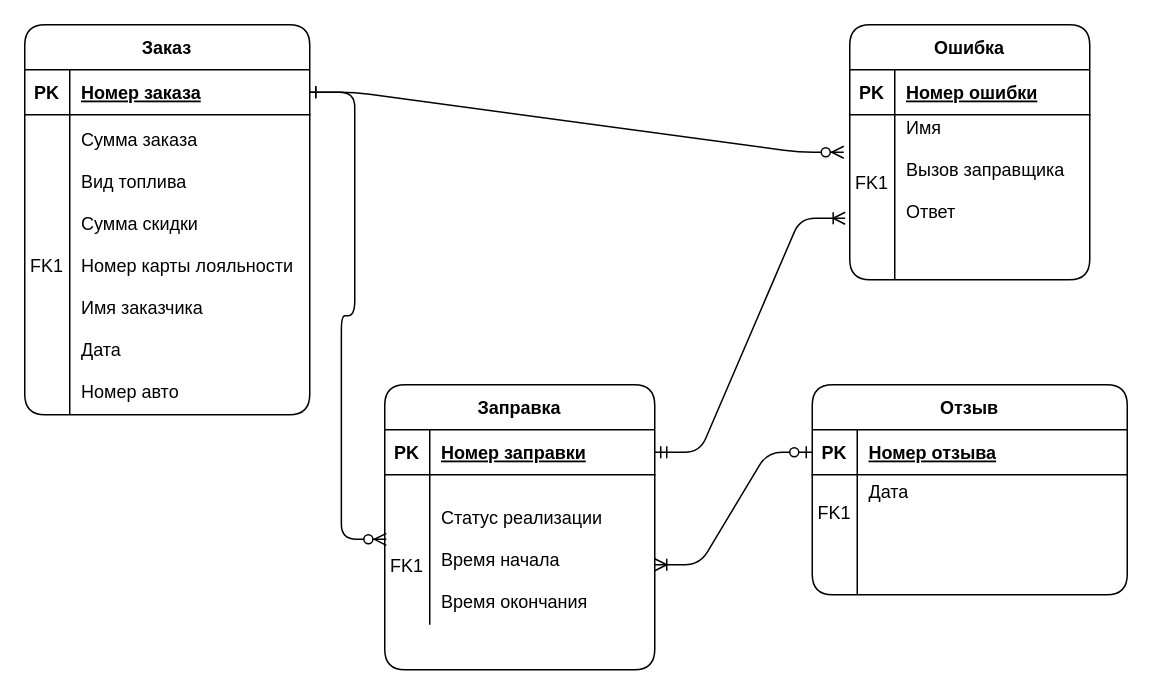
The draw.io diagram ЕР.drawio in aleksey899/gas-station, before the edit. Source tidied: cells renumbered, new cells numbered last; positions are measured from the earlier drawing's top-left corner, leaving out a move shared by most shapes. Both pictures are drawn from the tidied source at 150%, with x=0, y=0 at pixel (24, 24).
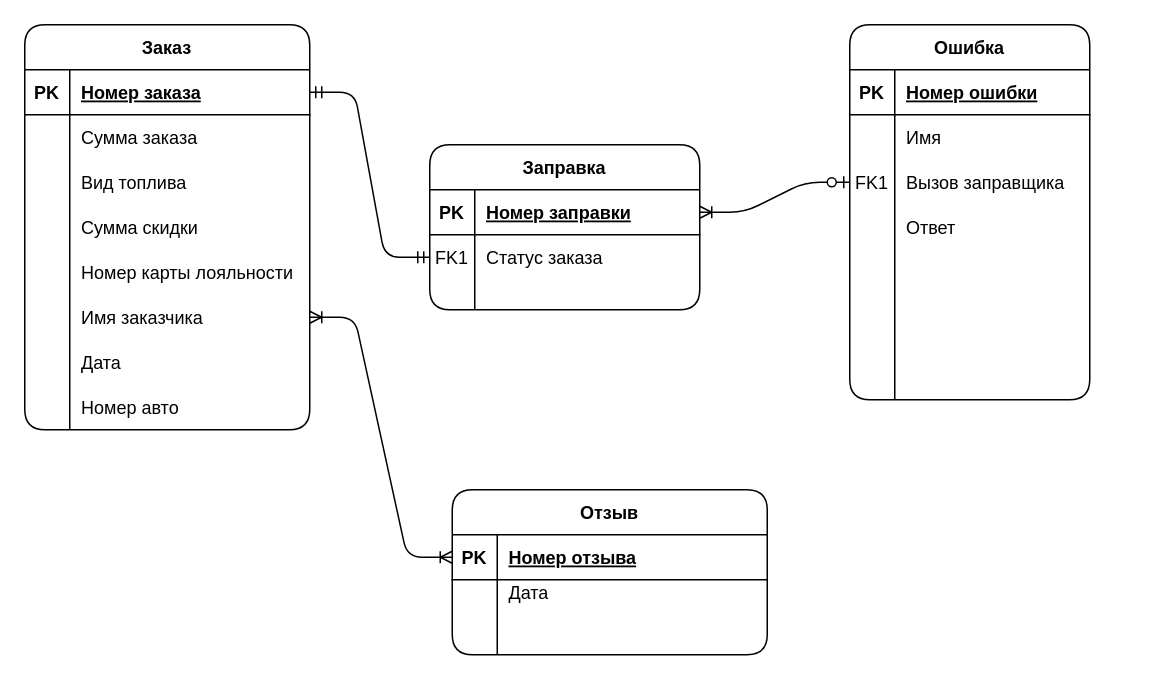
Above is the later version.

The change refers to these unchanged cells:
```xml
<mxCell id="4" style="shape=partialRectangle;fillColor=none;points=[[0,0.5],[1,0.5]];portConstraint=eastwest;top=0;left=0;right=0;bottom=1;" parent="3" vertex="1">
  <mxGeometry y="30" width="180" height="30" as="geometry" />
</mxCell>
<mxCell id="24" style="shape=partialRectangle;fillColor=none;points=[[0,0.5],[1,0.5]];portConstraint=eastwest;top=0;left=0;right=0;bottom=1;" parent="23" vertex="1">
  <mxGeometry y="30" width="190" height="30" as="geometry" />
</mxCell>
<mxCell id="31" style="shape=partialRectangle;fillColor=none;points=[[0,0.5],[1,0.5]];portConstraint=eastwest;top=0;left=0;right=0;bottom=1;" parent="30" vertex="1">
  <mxGeometry y="30" width="210" height="30" as="geometry" />
</mxCell>
```

The edit, as a diff of the source:
```diff
@@
-    <mxCell id="2" style="edgeStyle=entityRelationEdgeStyle;endArrow=ERzeroToMany;startArrow=ERone;endFill=1;startFill=0;entryX=0.006;entryY=0.288;entryDx=0;entryDy=0;entryPerimeter=0;" parent="1" edge="1" source="24" target="10">
+    <mxCell id="2" style="edgeStyle=entityRelationEdgeStyle;endArrow=ERmandOne;startArrow=ERmandOne;endFill=0;startFill=0;" parent="1" edge="1" source="24" target="10">
       <mxGeometry relative="1" as="geometry" />
     </mxCell>
     <mxCell id="3" value="Заправка" style="shape=table;startSize=30;childLayout=tableLayout;rowLines=0;fontStyle=1;align=center;rounded=1;" parent="1" vertex="1">
-      <mxGeometry x="240" y="240" width="180" height="190" as="geometry" />
+      <mxGeometry x="270" y="80" width="180" height="110" as="geometry" />
     </mxCell>
@@
+    <mxCell id="10" style="shape=partialRectangle;fillColor=none;points=[[0,0.5],[1,0.5]];portConstraint=eastwest;top=0;left=0;right=0;bottom=0;" parent="3" vertex="1">
+      <mxGeometry y="60" width="180" height="30" as="geometry" />
+    </mxCell>
+    <mxCell id="11" value="FK1" style="shape=partialRectangle;overflow=hidden;fillColor=none;top=0;left=0;bottom=0;right=0;" parent="10" vertex="1">
+      <mxGeometry width="30" height="30" as="geometry" />
+    </mxCell>
+    <mxCell id="12" value="Статус заказа" style="shape=partialRectangle;overflow=hidden;fillColor=none;top=0;left=0;bottom=0;right=0;align=left;spacingLeft=6;" parent="10" vertex="1">
+      <mxGeometry x="30" width="150" height="30" as="geometry" />
+    </mxCell>
     <mxCell id="7" style="shape=partialRectangle;fillColor=none;top=0;left=0;right=0;bottom=0;" parent="3" vertex="1">
-      <mxGeometry y="60" width="180" height="20" as="geometry" />
+      <mxGeometry y="90" width="180" height="20" as="geometry" />
     </mxCell>
@@
-    <mxCell id="10" style="shape=partialRectangle;fillColor=none;points=[[0,0.5],[1,0.5]];portConstraint=eastwest;top=0;left=0;right=0;bottom=0;" parent="3" vertex="1">
-      <mxGeometry y="80" width="180" height="80" as="geometry" />
-    </mxCell>
-    <mxCell id="11" value="FK1" style="shape=partialRectangle;overflow=hidden;fillColor=none;top=0;left=0;bottom=0;right=0;" parent="10" vertex="1">
-      <mxGeometry width="30" height="80" as="geometry" />
-    </mxCell>
-    <mxCell id="12" value="Статус реализации&#10;&#10;Время начала &#10;&#10;Время окончания&#10;&#10; " style="shape=partialRectangle;overflow=hidden;fillColor=none;top=0;left=0;bottom=0;right=0;align=left;spacingLeft=6;" parent="10" vertex="1">
-      <mxGeometry x="30" width="150" height="80" as="geometry" />
-    </mxCell>
     <mxCell id="13" value="Ошибка" style="shape=table;startSize=30;childLayout=tableLayout;rowLines=0;fontStyle=1;align=center;rounded=1;" parent="1" vertex="1">
-      <mxGeometry x="550" width="160" height="170" as="geometry" />
+      <mxGeometry x="550" width="160" height="250" as="geometry" />
     </mxCell>
@@
+    <mxCell id="43" style="shape=partialRectangle;fillColor=none;top=0;left=0;bottom=0;right=0;" parent="13" vertex="1">
+      <mxGeometry y="60" width="160" height="30" as="geometry" />
+    </mxCell>
+    <mxCell id="44" style="shape=partialRectangle;fillColor=none;top=0;left=0;bottom=0;right=0;overflow=hidden;" parent="43" vertex="1">
+      <mxGeometry width="30" height="30" as="geometry" />
+    </mxCell>
+    <mxCell id="45" value="Имя" style="shape=partialRectangle;fillColor=none;top=0;left=0;bottom=0;right=0;align=left;spacingLeft=6;overflow=hidden;" parent="43" vertex="1">
+      <mxGeometry x="30" width="130" height="30" as="geometry" />
+    </mxCell>
     <mxCell id="17" style="shape=partialRectangle;fillColor=none;points=[[0,0.5],[1,0.5]];portConstraint=eastwest;top=0;left=0;right=0;bottom=0;" parent="13" vertex="1">
-      <mxGeometry y="60" width="160" height="90" as="geometry" />
+      <mxGeometry y="90" width="160" height="30" as="geometry" />
     </mxCell>
     <mxCell id="18" value="FK1" style="shape=partialRectangle;overflow=hidden;fillColor=none;top=0;left=0;bottom=0;right=0;" parent="17" vertex="1">
-      <mxGeometry width="30" height="90" as="geometry" />
+      <mxGeometry width="30" height="30" as="geometry" />
     </mxCell>
-    <mxCell id="19" value="Имя &#10;&#10;Вызов заправщика&#10;&#10;Ответ&#10;&#10;" style="shape=partialRectangle;overflow=hidden;fillColor=none;top=0;left=0;bottom=0;right=0;align=left;spacingLeft=6;" parent="17" vertex="1">
-      <mxGeometry x="30" width="130" height="90" as="geometry" />
+    <mxCell id="19" value="Вызов заправщика" style="shape=partialRectangle;overflow=hidden;fillColor=none;top=0;left=0;bottom=0;right=0;align=left;spacingLeft=6;" parent="17" vertex="1">
+      <mxGeometry x="30" width="130" height="30" as="geometry" />
     </mxCell>
+    <mxCell id="46" style="shape=partialRectangle;fillColor=none;top=0;left=0;bottom=0;right=0;" parent="13" vertex="1">
+      <mxGeometry y="120" width="160" height="30" as="geometry" />
+    </mxCell>
+    <mxCell id="47" style="shape=partialRectangle;fillColor=none;top=0;left=0;bottom=0;right=0;overflow=hidden;" parent="46" vertex="1">
+      <mxGeometry width="30" height="30" as="geometry" />
+    </mxCell>
+    <mxCell id="48" value="Ответ" style="shape=partialRectangle;fillColor=none;top=0;left=0;bottom=0;right=0;align=left;spacingLeft=6;overflow=hidden;" parent="46" vertex="1">
+      <mxGeometry x="30" width="130" height="30" as="geometry" />
+    </mxCell>
     <mxCell id="20" style="shape=partialRectangle;fillColor=none;top=0;left=0;right=0;bottom=0;" parent="13" vertex="1">
-      <mxGeometry y="150" width="160" height="20" as="geometry" />
+      <mxGeometry y="150" width="160" height="100" as="geometry" />
     </mxCell>
     <mxCell id="21" style="shape=partialRectangle;overflow=hidden;fillColor=none;top=0;left=0;bottom=0;right=0;" parent="20" vertex="1">
-      <mxGeometry width="30" height="20" as="geometry" />
+      <mxGeometry width="30" height="100" as="geometry" />
     </mxCell>
     <mxCell id="22" style="shape=partialRectangle;overflow=hidden;fillColor=none;top=0;left=0;bottom=0;right=0;align=left;spacingLeft=6;" parent="20" vertex="1">
-      <mxGeometry x="30" width="130" height="20" as="geometry" />
+      <mxGeometry x="30" width="130" height="100" as="geometry" />
     </mxCell>
     <mxCell id="23" value="Заказ" style="shape=table;startSize=30;childLayout=tableLayout;rowLines=0;fontStyle=1;align=center;rounded=1;" parent="1" vertex="1">
-      <mxGeometry width="190" height="260" as="geometry" />
+      <mxGeometry width="190" height="270" as="geometry" />
     </mxCell>
@@
-    <mxCell id="27" style="shape=partialRectangle;fillColor=none;top=0;left=0;right=0;bottom=0;" parent="23" vertex="1">
-      <mxGeometry y="60" width="190" height="200" as="geometry" />
-    </mxCell>
-    <mxCell id="28" value="FK1" style="shape=partialRectangle;overflow=hidden;fillColor=none;top=0;left=0;bottom=0;right=0;" parent="27" vertex="1">
-      <mxGeometry width="30" height="200" as="geometry" />
-    </mxCell>
-    <mxCell id="29" value="Сумма заказа&#10;&#10;Вид топлива&#10;&#10;Сумма скидки&#10;&#10;Номер карты лояльности&#10;&#10;Имя заказчика&#10;&#10;Дата &#10;&#10;Номер авто" style="shape=partialRectangle;overflow=hidden;fillColor=none;top=0;left=0;bottom=0;right=0;align=left;spacingLeft=6;" parent="27" vertex="1">
-      <mxGeometry x="30" width="160" height="200" as="geometry" />
-    </mxCell>
+    <mxCell id="49" style="shape=partialRectangle;fillColor=none;top=0;left=0;bottom=0;right=0;" parent="23" vertex="1">
+      <mxGeometry y="60" width="190" height="30" as="geometry" />
+    </mxCell>
+    <mxCell id="50" style="shape=partialRectangle;fillColor=none;top=0;left=0;bottom=0;right=0;overflow=hidden;" parent="49" vertex="1">
+      <mxGeometry width="30" height="30" as="geometry" />
+    </mxCell>
+    <mxCell id="51" value="Сумма заказа" style="shape=partialRectangle;fillColor=none;top=0;left=0;bottom=0;right=0;align=left;spacingLeft=6;overflow=hidden;" parent="49" vertex="1">
+      <mxGeometry x="30" width="160" height="30" as="geometry" />
+    </mxCell>
+    <mxCell id="52" style="shape=partialRectangle;fillColor=none;top=0;left=0;bottom=0;right=0;" parent="23" vertex="1">
+      <mxGeometry y="90" width="190" height="30" as="geometry" />
+    </mxCell>
+    <mxCell id="53" style="shape=partialRectangle;fillColor=none;top=0;left=0;bottom=0;right=0;overflow=hidden;" parent="52" vertex="1">
+      <mxGeometry width="30" height="30" as="geometry" />
+    </mxCell>
+    <mxCell id="54" value="Вид топлива" style="shape=partialRectangle;fillColor=none;top=0;left=0;bottom=0;right=0;align=left;spacingLeft=6;overflow=hidden;" parent="52" vertex="1">
+      <mxGeometry x="30" width="160" height="30" as="geometry" />
+    </mxCell>
+    <mxCell id="55" style="shape=partialRectangle;fillColor=none;top=0;left=0;bottom=0;right=0;" parent="23" vertex="1">
+      <mxGeometry y="120" width="190" height="30" as="geometry" />
+    </mxCell>
+    <mxCell id="56" style="shape=partialRectangle;fillColor=none;top=0;left=0;bottom=0;right=0;overflow=hidden;" parent="55" vertex="1">
+      <mxGeometry width="30" height="30" as="geometry" />
+    </mxCell>
+    <mxCell id="57" value="Сумма скидки" style="shape=partialRectangle;fillColor=none;top=0;left=0;bottom=0;right=0;align=left;spacingLeft=6;overflow=hidden;" parent="55" vertex="1">
+      <mxGeometry x="30" width="160" height="30" as="geometry" />
+    </mxCell>
+    <mxCell id="58" style="shape=partialRectangle;fillColor=none;top=0;left=0;bottom=0;right=0;" parent="23" vertex="1">
+      <mxGeometry y="150" width="190" height="30" as="geometry" />
+    </mxCell>
+    <mxCell id="59" style="shape=partialRectangle;fillColor=none;top=0;left=0;bottom=0;right=0;overflow=hidden;" parent="58" vertex="1">
+      <mxGeometry width="30" height="30" as="geometry" />
+    </mxCell>
+    <mxCell id="60" value="Номер карты лояльности" style="shape=partialRectangle;fillColor=none;top=0;left=0;bottom=0;right=0;align=left;spacingLeft=6;overflow=hidden;" parent="58" vertex="1">
+      <mxGeometry x="30" width="160" height="30" as="geometry" />
+    </mxCell>
+    <mxCell id="61" style="shape=partialRectangle;fillColor=none;top=0;left=0;bottom=0;right=0;points=[[0,0.5],[1,0.5]];portConstraint=eastwest;" parent="23" vertex="1">
+      <mxGeometry y="180" width="190" height="30" as="geometry" />
+    </mxCell>
+    <mxCell id="62" style="shape=partialRectangle;fillColor=none;top=0;left=0;bottom=0;right=0;overflow=hidden;" parent="61" vertex="1">
+      <mxGeometry width="30" height="30" as="geometry" />
+    </mxCell>
+    <mxCell id="63" value="Имя заказчика" style="shape=partialRectangle;fillColor=none;top=0;left=0;bottom=0;right=0;align=left;spacingLeft=6;overflow=hidden;" parent="61" vertex="1">
+      <mxGeometry x="30" width="160" height="30" as="geometry" />
+    </mxCell>
+    <mxCell id="64" style="shape=partialRectangle;fillColor=none;top=0;left=0;bottom=0;right=0;" parent="23" vertex="1">
+      <mxGeometry y="210" width="190" height="30" as="geometry" />
+    </mxCell>
+    <mxCell id="65" style="shape=partialRectangle;fillColor=none;top=0;left=0;bottom=0;right=0;overflow=hidden;" parent="64" vertex="1">
+      <mxGeometry width="30" height="30" as="geometry" />
+    </mxCell>
+    <mxCell id="66" value="Дата" style="shape=partialRectangle;fillColor=none;top=0;left=0;bottom=0;right=0;align=left;spacingLeft=6;overflow=hidden;" parent="64" vertex="1">
+      <mxGeometry x="30" width="160" height="30" as="geometry" />
+    </mxCell>
+    <mxCell id="67" style="shape=partialRectangle;fillColor=none;top=0;left=0;bottom=0;right=0;" parent="23" vertex="1">
+      <mxGeometry y="240" width="190" height="30" as="geometry" />
+    </mxCell>
+    <mxCell id="68" style="shape=partialRectangle;fillColor=none;top=0;left=0;bottom=0;right=0;overflow=hidden;" parent="67" vertex="1">
+      <mxGeometry width="30" height="30" as="geometry" />
+    </mxCell>
+    <mxCell id="69" value="Номер авто" style="shape=partialRectangle;fillColor=none;top=0;left=0;bottom=0;right=0;align=left;spacingLeft=6;overflow=hidden;" parent="67" vertex="1">
+      <mxGeometry x="30" width="160" height="30" as="geometry" />
+    </mxCell>
     <mxCell id="30" value="Отзыв" style="shape=table;startSize=30;childLayout=tableLayout;rowLines=0;fontStyle=1;align=center;rounded=1;" parent="1" vertex="1">
-      <mxGeometry x="525" y="240" width="210" height="140" as="geometry" />
+      <mxGeometry x="285" y="310" width="210" height="110" as="geometry" />
     </mxCell>
@@
     <mxCell id="34" style="shape=partialRectangle;fillColor=none;top=0;left=0;right=0;bottom=0;" parent="30" vertex="1">
-      <mxGeometry y="60" width="210" height="50" as="geometry" />
+      <mxGeometry y="60" width="210" height="20" as="geometry" />
     </mxCell>
-    <mxCell id="35" value="FK1" style="shape=partialRectangle;overflow=hidden;fillColor=none;top=0;left=0;bottom=0;right=0;" parent="34" vertex="1">
-      <mxGeometry width="30" height="50" as="geometry" />
+    <mxCell id="35" style="shape=partialRectangle;overflow=hidden;fillColor=none;top=0;left=0;bottom=0;right=0;" parent="34" vertex="1">
+      <mxGeometry width="30" height="20" as="geometry" />
     </mxCell>
     <mxCell id="36" value="Дата &#10;&#10;" style="shape=partialRectangle;overflow=hidden;fillColor=none;top=0;left=0;bottom=0;right=0;align=left;spacingLeft=6;" parent="34" vertex="1">
-      <mxGeometry x="30" width="180" height="50" as="geometry" />
+      <mxGeometry x="30" width="180" height="20" as="geometry" />
     </mxCell>
     <mxCell id="37" style="shape=partialRectangle;fillColor=none;top=0;left=0;right=0;bottom=0;" parent="30" vertex="1">
-      <mxGeometry y="110" width="210" height="30" as="geometry" />
+      <mxGeometry y="80" width="210" height="30" as="geometry" />
     </mxCell>
@@
-    <mxCell id="40" style="edgeStyle=entityRelationEdgeStyle;endArrow=ERzeroToMany;startArrow=ERone;endFill=1;startFill=0;entryX=-0.025;entryY=0.278;entryDx=0;entryDy=0;entryPerimeter=0;exitX=1;exitY=0.5;exitDx=0;exitDy=0;" parent="1" edge="1" source="24" target="17">
-      <mxGeometry relative="1" as="geometry" />
-    </mxCell>
-    <mxCell id="41" style="edgeStyle=entityRelationEdgeStyle;fontSize=12;html=1;endArrow=ERoneToMany;startArrow=ERmandOne;exitX=1;exitY=0.5;exitDx=0;exitDy=0;entryX=-0.019;entryY=0.767;entryDx=0;entryDy=0;entryPerimeter=0;" parent="1" edge="1" source="4" target="17">
+    <mxCell id="41" style="edgeStyle=entityRelationEdgeStyle;fontSize=12;html=1;endArrow=ERzeroToOne;startArrow=ERoneToMany;exitX=1;exitY=0.5;exitDx=0;exitDy=0;startFill=0;endFill=1;" parent="1" edge="1" source="4" target="17">
       <mxGeometry relative="1" as="geometry" />
     </mxCell>
-    <mxCell id="42" style="edgeStyle=entityRelationEdgeStyle;fontSize=12;html=1;endArrow=ERoneToMany;startArrow=ERzeroToOne;exitX=0;exitY=0.5;exitDx=0;exitDy=0;" parent="1" edge="1" source="31" target="10">
+    <mxCell id="42" style="edgeStyle=entityRelationEdgeStyle;fontSize=12;html=1;endArrow=ERoneToMany;startArrow=ERoneToMany;startFill=0;endFill=0;" parent="1" edge="1" source="31" target="61">
       <mxGeometry relative="1" as="geometry" />
     </mxCell>
```
